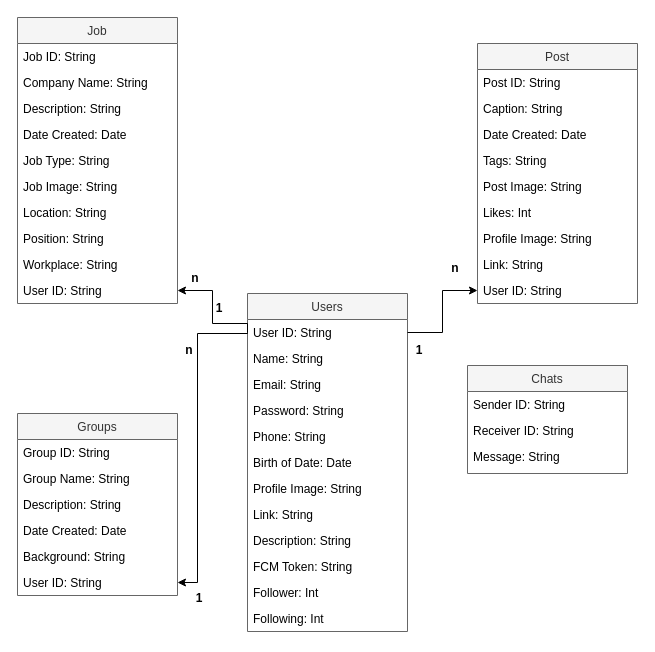
This is JobSharing Class Diagram.drawio from lil-dua/JobSharing, a draw.io file, before an edit. Source tidied: cells renumbered, new cells numbered last; positions are measured from the earlier drawing's top-left corner, leaving out a move shared by most shapes. Both pictures are drawn from the tidied source at 100%, with x=0, y=0 at pixel (17, 17).
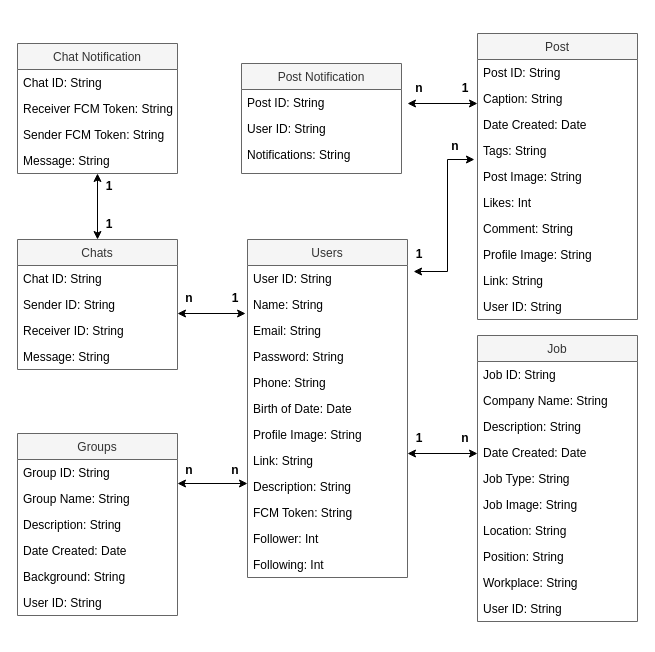
The same page after the edit.

The change refers to these unchanged cells:
```xml
<mxCell id="3" value="User ID: String" style="text;align=left;verticalAlign=top;spacingLeft=4;spacingRight=4;overflow=hidden;points=[[0,0.5],[1,0.5]];portConstraint=eastwest;" parent="2" vertex="1">
  <mxGeometry y="26" width="160" height="26" as="geometry" />
</mxCell>
<mxCell id="4" value="Name: String" style="text;align=left;verticalAlign=top;spacingLeft=4;spacingRight=4;overflow=hidden;points=[[0,0.5],[1,0.5]];portConstraint=eastwest;" parent="2" vertex="1">
  <mxGeometry y="52" width="160" height="26" as="geometry" />
</mxCell>
<mxCell id="19" value="Tags: String" style="text;align=left;verticalAlign=top;spacingLeft=4;spacingRight=4;overflow=hidden;points=[[0,0.5],[1,0.5]];portConstraint=eastwest;rounded=0;shadow=0;html=0;" parent="15" vertex="1">
  <mxGeometry y="104" width="160" height="26" as="geometry" />
</mxCell>
<mxCell id="36" value="User ID: String" style="text;align=left;verticalAlign=top;spacingLeft=4;spacingRight=4;overflow=hidden;points=[[0,0.5],[1,0.5]];portConstraint=eastwest;rounded=0;shadow=0;html=0;" parent="26" vertex="1">
  <mxGeometry y="260" width="160" height="26" as="geometry" />
</mxCell>
<mxCell id="43" value="User ID: String" style="text;align=left;verticalAlign=top;spacingLeft=4;spacingRight=4;overflow=hidden;points=[[0,0.5],[1,0.5]];portConstraint=eastwest;rounded=0;shadow=0;html=0;" parent="37" vertex="1">
  <mxGeometry y="156" width="160" height="26" as="geometry" />
</mxCell>
```

Change to the diagram source:
```diff
@@
     <mxCell id="2" value="Users" style="swimlane;fontStyle=0;align=center;verticalAlign=top;horizontal=1;startSize=26;rounded=0;shadow=0;strokeWidth=1;fillColor=#f5f5f5;fontColor=#333333;strokeColor=#666666;" parent="1" vertex="1">
-      <mxGeometry x="230" y="276" width="160" height="338" as="geometry" />
+      <mxGeometry x="230" y="222" width="160" height="338" as="geometry" />
     </mxCell>
@@
     <mxCell id="15" value="Post" style="swimlane;fontStyle=0;align=center;verticalAlign=top;horizontal=1;startSize=26;rounded=0;shadow=0;strokeWidth=1;fillColor=#f5f5f5;fontColor=#333333;strokeColor=#666666;" parent="1" vertex="1">
-      <mxGeometry x="460" y="26" width="160" height="260" as="geometry" />
+      <mxGeometry x="460" y="16" width="160" height="286" as="geometry" />
     </mxCell>
@@
+    <mxCell id="56" value="Comment: String" style="text;align=left;verticalAlign=top;spacingLeft=4;spacingRight=4;overflow=hidden;rounded=0;shadow=0;html=0;" parent="15" vertex="1">
+      <mxGeometry y="182" width="160" height="26" as="geometry" />
+    </mxCell>
     <mxCell id="22" value="Profile Image: String" style="text;align=left;verticalAlign=top;spacingLeft=4;spacingRight=4;overflow=hidden;rounded=0;shadow=0;html=0;" parent="15" vertex="1">
-      <mxGeometry y="182" width="160" height="26" as="geometry" />
+      <mxGeometry y="208" width="160" height="26" as="geometry" />
     </mxCell>
     <mxCell id="23" value="Link: String" style="text;align=left;verticalAlign=top;spacingLeft=4;spacingRight=4;overflow=hidden;rounded=0;shadow=0;html=0;" parent="15" vertex="1">
-      <mxGeometry y="208" width="160" height="26" as="geometry" />
+      <mxGeometry y="234" width="160" height="26" as="geometry" />
     </mxCell>
     <mxCell id="24" value="User ID: String" style="text;align=left;verticalAlign=top;spacingLeft=4;spacingRight=4;overflow=hidden;points=[[0,0.5],[1,0.5]];portConstraint=eastwest;rounded=0;shadow=0;html=0;" parent="15" vertex="1">
-      <mxGeometry y="234" width="160" height="26" as="geometry" />
+      <mxGeometry y="260" width="160" height="26" as="geometry" />
     </mxCell>
-    <mxCell id="25" style="edgeStyle=orthogonalEdgeStyle;rounded=0;jettySize=auto;html=1;entryX=0;entryY=0.5;entryDx=0;entryDy=0;" parent="1" edge="1" source="3" target="24">
-      <mxGeometry relative="1" as="geometry" />
-    </mxCell>
     <mxCell id="26" value="Job" style="swimlane;fontStyle=0;align=center;verticalAlign=top;horizontal=1;startSize=26;rounded=0;shadow=0;strokeWidth=1;fillColor=#f5f5f5;fontColor=#333333;strokeColor=#666666;" parent="1" vertex="1">
-      <mxGeometry width="160" height="286" as="geometry" />
+      <mxGeometry x="460" y="318" width="160" height="286" as="geometry" />
     </mxCell>
@@
     <mxCell id="37" value="Groups" style="swimlane;fontStyle=0;align=center;verticalAlign=top;horizontal=1;startSize=26;rounded=0;shadow=0;strokeWidth=1;fillColor=#f5f5f5;fontColor=#333333;strokeColor=#666666;" parent="1" vertex="1">
-      <mxGeometry y="396" width="160" height="182" as="geometry" />
+      <mxGeometry y="416" width="160" height="182" as="geometry" />
     </mxCell>
@@
     <mxCell id="44" value="Chats" style="swimlane;fontStyle=0;align=center;verticalAlign=top;horizontal=1;startSize=26;rounded=0;shadow=0;strokeWidth=1;fillColor=#f5f5f5;fontColor=#333333;strokeColor=#666666;" parent="1" vertex="1">
-      <mxGeometry x="450" y="348" width="160" height="108" as="geometry" />
+      <mxGeometry y="222" width="160" height="130" as="geometry" />
     </mxCell>
+    <mxCell id="57" value="Chat ID: String" style="text;align=left;verticalAlign=top;spacingLeft=4;spacingRight=4;overflow=hidden;" parent="44" vertex="1">
+      <mxGeometry y="26" width="160" height="26" as="geometry" />
+    </mxCell>
     <mxCell id="45" value="Sender ID: String" style="text;align=left;verticalAlign=top;spacingLeft=4;spacingRight=4;overflow=hidden;" parent="44" vertex="1">
-      <mxGeometry y="26" width="160" height="26" as="geometry" />
+      <mxGeometry y="52" width="160" height="26" as="geometry" />
     </mxCell>
     <mxCell id="46" value="Receiver ID: String" style="text;align=left;verticalAlign=top;spacingLeft=4;spacingRight=4;overflow=hidden;" parent="44" vertex="1">
-      <mxGeometry y="52" width="160" height="26" as="geometry" />
+      <mxGeometry y="78" width="160" height="26" as="geometry" />
     </mxCell>
     <mxCell id="47" value="Message: String" style="text;align=left;verticalAlign=top;spacingLeft=4;spacingRight=4;overflow=hidden;" parent="44" vertex="1">
-      <mxGeometry y="78" width="160" height="26" as="geometry" />
+      <mxGeometry y="104" width="160" height="26" as="geometry" />
     </mxCell>
-    <mxCell id="48" style="edgeStyle=orthogonalEdgeStyle;rounded=0;jettySize=auto;html=1;exitX=0;exitY=0.5;exitDx=0;exitDy=0;" parent="1" edge="1" source="3" target="36">
-      <mxGeometry relative="1" as="geometry">
-        <Array as="points">
-          <mxPoint x="230" y="306" />
-          <mxPoint x="195" y="306" />
-          <mxPoint x="195" y="273" />
-        </Array>
-      </mxGeometry>
-    </mxCell>
-    <mxCell id="49" style="edgeStyle=orthogonalEdgeStyle;rounded=0;jettySize=auto;html=1;exitX=0;exitY=0.5;exitDx=0;exitDy=0;entryX=1;entryY=0.5;entryDx=0;entryDy=0;" parent="1" edge="1" source="3" target="43">
-      <mxGeometry relative="1" as="geometry">
-        <Array as="points">
-          <mxPoint x="180" y="316" />
-          <mxPoint x="180" y="565" />
-        </Array>
-      </mxGeometry>
-    </mxCell>
-    <mxCell id="50" value="&lt;b&gt;1&lt;/b&gt;" style="text;html=1;strokeColor=none;fillColor=none;align=center;verticalAlign=middle;whiteSpace=wrap;rounded=0;" parent="1" vertex="1">
-      <mxGeometry x="170" y="566" width="24" height="30" as="geometry" />
+    <mxCell id="50" value="&lt;b&gt;n&lt;/b&gt;" style="text;html=1;strokeColor=none;fillColor=none;align=center;verticalAlign=middle;whiteSpace=wrap;rounded=0;" parent="1" vertex="1">
+      <mxGeometry x="160" y="438" width="24" height="30" as="geometry" />
     </mxCell>
     <mxCell id="51" value="&lt;b&gt;1&lt;/b&gt;" style="text;html=1;strokeColor=none;fillColor=none;align=center;verticalAlign=middle;whiteSpace=wrap;rounded=0;" parent="1" vertex="1">
-      <mxGeometry x="390" y="318" width="24" height="30" as="geometry" />
+      <mxGeometry x="390" y="222" width="24" height="30" as="geometry" />
     </mxCell>
-    <mxCell id="52" value="&lt;b&gt;1&lt;/b&gt;" style="text;html=1;strokeColor=none;fillColor=none;align=center;verticalAlign=middle;whiteSpace=wrap;rounded=0;" parent="1" vertex="1">
-      <mxGeometry x="190" y="276" width="24" height="30" as="geometry" />
-    </mxCell>
-    <mxCell id="53" value="&lt;b&gt;n&lt;/b&gt;" style="text;html=1;strokeColor=none;fillColor=none;align=center;verticalAlign=middle;whiteSpace=wrap;rounded=0;" parent="1" vertex="1">
-      <mxGeometry x="166" y="246" width="24" height="30" as="geometry" />
-    </mxCell>
     <mxCell id="54" value="&lt;b&gt;n&lt;/b&gt;" style="text;html=1;strokeColor=none;fillColor=none;align=center;verticalAlign=middle;whiteSpace=wrap;rounded=0;" parent="1" vertex="1">
-      <mxGeometry x="426" y="236" width="24" height="30" as="geometry" />
+      <mxGeometry x="426" y="114" width="24" height="30" as="geometry" />
     </mxCell>
     <mxCell id="55" value="&lt;b&gt;n&lt;/b&gt;" style="text;html=1;strokeColor=none;fillColor=none;align=center;verticalAlign=middle;whiteSpace=wrap;rounded=0;" parent="1" vertex="1">
-      <mxGeometry x="160" y="318" width="24" height="30" as="geometry" />
+      <mxGeometry x="206" y="438" width="24" height="30" as="geometry" />
     </mxCell>
+    <mxCell id="58" style="endArrow=classic;startArrow=classic;html=1;rounded=0;exitX=0;exitY=1;exitDx=0;exitDy=0;entryX=1;entryY=1;entryDx=0;entryDy=0;" parent="1" edge="1" source="60" target="61">
+      <mxGeometry relative="1" as="geometry" />
+    </mxCell>
+    <mxCell id="59" style="endArrow=classic;startArrow=classic;html=1;rounded=0;exitX=1.038;exitY=0.231;exitDx=0;exitDy=0;exitPerimeter=0;entryX=-0.019;entryY=0.846;entryDx=0;entryDy=0;entryPerimeter=0;" parent="1" edge="1" source="3" target="19">
+      <mxGeometry relative="1" as="geometry">
+        <Array as="points">
+          <mxPoint x="430" y="254" />
+          <mxPoint x="430" y="142" />
+        </Array>
+      </mxGeometry>
+    </mxCell>
+    <mxCell id="60" value="&lt;b&gt;1&lt;/b&gt;" style="text;html=1;strokeColor=none;fillColor=none;align=center;verticalAlign=middle;whiteSpace=wrap;rounded=0;" parent="1" vertex="1">
+      <mxGeometry x="390" y="406" width="24" height="30" as="geometry" />
+    </mxCell>
+    <mxCell id="61" value="&lt;b&gt;n&lt;/b&gt;" style="text;html=1;strokeColor=none;fillColor=none;align=center;verticalAlign=middle;whiteSpace=wrap;rounded=0;" parent="1" vertex="1">
+      <mxGeometry x="436" y="406" width="24" height="30" as="geometry" />
+    </mxCell>
+    <mxCell id="62" value="Post Notification" style="swimlane;fontStyle=0;align=center;verticalAlign=top;horizontal=1;startSize=26;rounded=0;shadow=0;strokeWidth=1;fillColor=#f5f5f5;fontColor=#333333;strokeColor=#666666;" parent="1" vertex="1">
+      <mxGeometry x="224" y="46" width="160" height="110" as="geometry" />
+    </mxCell>
+    <mxCell id="63" value="Post ID: String" style="text;align=left;verticalAlign=top;spacingLeft=4;spacingRight=4;overflow=hidden;" parent="62" vertex="1">
+      <mxGeometry y="26" width="160" height="26" as="geometry" />
+    </mxCell>
+    <mxCell id="64" value="User ID: String" style="text;align=left;verticalAlign=top;spacingLeft=4;spacingRight=4;overflow=hidden;" parent="62" vertex="1">
+      <mxGeometry y="52" width="160" height="26" as="geometry" />
+    </mxCell>
+    <mxCell id="65" value="Notifications: String" style="text;align=left;verticalAlign=top;spacingLeft=4;spacingRight=4;overflow=hidden;" parent="62" vertex="1">
+      <mxGeometry y="78" width="160" height="26" as="geometry" />
+    </mxCell>
+    <mxCell id="66" style="endArrow=classic;startArrow=classic;html=1;rounded=0;exitX=1;exitY=0.5;exitDx=0;exitDy=0;entryX=0;entryY=0.808;entryDx=0;entryDy=0;entryPerimeter=0;" parent="1" edge="1">
+      <mxGeometry relative="1" as="geometry">
+        <mxPoint x="160" y="466" as="sourcePoint" />
+        <mxPoint x="230" y="466" as="targetPoint" />
+      </mxGeometry>
+    </mxCell>
+    <mxCell id="67" style="endArrow=classic;startArrow=classic;html=1;rounded=0;exitX=0;exitY=0;exitDx=0;exitDy=0;entryX=-0.012;entryY=0.846;entryDx=0;entryDy=0;entryPerimeter=0;" parent="1" edge="1" target="4">
+      <mxGeometry relative="1" as="geometry">
+        <mxPoint x="160" y="296" as="sourcePoint" />
+      </mxGeometry>
+    </mxCell>
+    <mxCell id="68" value="&lt;b&gt;1&lt;/b&gt;" style="text;html=1;strokeColor=none;fillColor=none;align=center;verticalAlign=middle;whiteSpace=wrap;rounded=0;" parent="1" vertex="1">
+      <mxGeometry x="206" y="266" width="24" height="30" as="geometry" />
+    </mxCell>
+    <mxCell id="69" value="Chat Notification" style="swimlane;fontStyle=0;align=center;verticalAlign=top;horizontal=1;startSize=26;rounded=0;shadow=0;strokeWidth=1;fillColor=#f5f5f5;fontColor=#333333;strokeColor=#666666;" parent="1" vertex="1">
+      <mxGeometry y="26" width="160" height="130" as="geometry" />
+    </mxCell>
+    <mxCell id="70" value="Chat ID: String" style="text;align=left;verticalAlign=top;spacingLeft=4;spacingRight=4;overflow=hidden;" parent="69" vertex="1">
+      <mxGeometry y="26" width="160" height="26" as="geometry" />
+    </mxCell>
+    <mxCell id="71" value="Receiver FCM Token: String" style="text;align=left;verticalAlign=top;spacingLeft=4;spacingRight=4;overflow=hidden;" parent="69" vertex="1">
+      <mxGeometry y="52" width="160" height="26" as="geometry" />
+    </mxCell>
+    <mxCell id="72" value="Sender FCM Token: String" style="text;align=left;verticalAlign=top;spacingLeft=4;spacingRight=4;overflow=hidden;" parent="69" vertex="1">
+      <mxGeometry y="78" width="160" height="26" as="geometry" />
+    </mxCell>
+    <mxCell id="73" value="Message: String" style="text;align=left;verticalAlign=top;spacingLeft=4;spacingRight=4;overflow=hidden;" parent="69" vertex="1">
+      <mxGeometry y="104" width="160" height="26" as="geometry" />
+    </mxCell>
+    <mxCell id="74" style="endArrow=classic;startArrow=classic;html=1;rounded=0;exitX=0.5;exitY=0;exitDx=0;exitDy=0;entryX=0.5;entryY=1;entryDx=0;entryDy=0;" parent="1" edge="1" source="44" target="69">
+      <mxGeometry relative="1" as="geometry" />
+    </mxCell>
+    <mxCell id="75" value="&lt;b&gt;1&lt;/b&gt;" style="text;html=1;strokeColor=none;fillColor=none;align=center;verticalAlign=middle;whiteSpace=wrap;rounded=0;" parent="1" vertex="1">
+      <mxGeometry x="80" y="192" width="24" height="30" as="geometry" />
+    </mxCell>
+    <mxCell id="76" value="&lt;b&gt;1&lt;/b&gt;" style="text;html=1;strokeColor=none;fillColor=none;align=center;verticalAlign=middle;whiteSpace=wrap;rounded=0;" parent="1" vertex="1">
+      <mxGeometry x="80" y="154" width="24" height="30" as="geometry" />
+    </mxCell>
+    <mxCell id="77" style="endArrow=classic;startArrow=classic;html=1;rounded=0;exitX=1;exitY=0.5;exitDx=0;exitDy=0;entryX=0;entryY=0.5;entryDx=0;entryDy=0;" parent="1" edge="1">
+      <mxGeometry relative="1" as="geometry">
+        <mxPoint x="390" y="86" as="sourcePoint" />
+        <mxPoint x="460" y="86" as="targetPoint" />
+      </mxGeometry>
+    </mxCell>
+    <mxCell id="78" value="&lt;b&gt;1&lt;/b&gt;" style="text;html=1;strokeColor=none;fillColor=none;align=center;verticalAlign=middle;whiteSpace=wrap;rounded=0;" parent="1" vertex="1">
+      <mxGeometry x="436" y="56" width="24" height="30" as="geometry" />
+    </mxCell>
+    <mxCell id="79" value="&lt;b&gt;n&lt;/b&gt;" style="text;html=1;strokeColor=none;fillColor=none;align=center;verticalAlign=middle;whiteSpace=wrap;rounded=0;" parent="1" vertex="1">
+      <mxGeometry x="390" y="56" width="24" height="30" as="geometry" />
+    </mxCell>
+    <mxCell id="80" value="&lt;b&gt;n&lt;/b&gt;" style="text;html=1;strokeColor=none;fillColor=none;align=center;verticalAlign=middle;whiteSpace=wrap;rounded=0;" parent="1" vertex="1">
+      <mxGeometry x="160" y="266" width="24" height="30" as="geometry" />
+    </mxCell>
```
